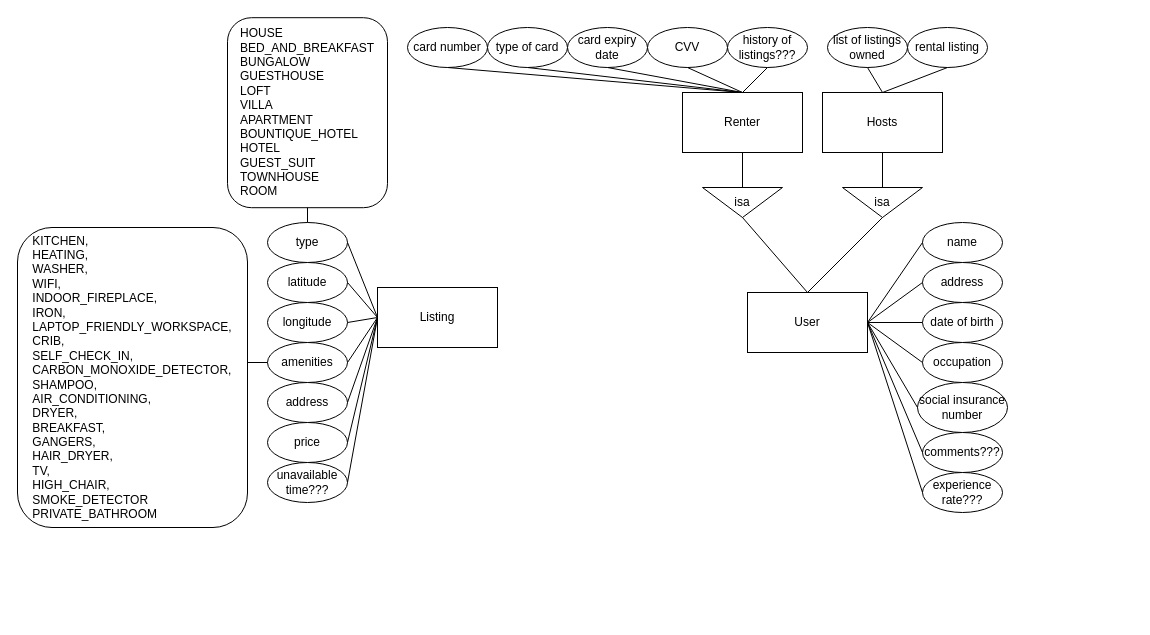
This is ERDiagram.drawio from TylarZhu/CSCC43Project, a draw.io file, before an edit. Source tidied: cells renumbered, new cells numbered last; positions are measured from the earlier drawing's top-left corner, leaving out a move shared by most shapes. Both pictures are drawn from the tidied source at 100%, with x=0, y=0 at pixel (17, 17).
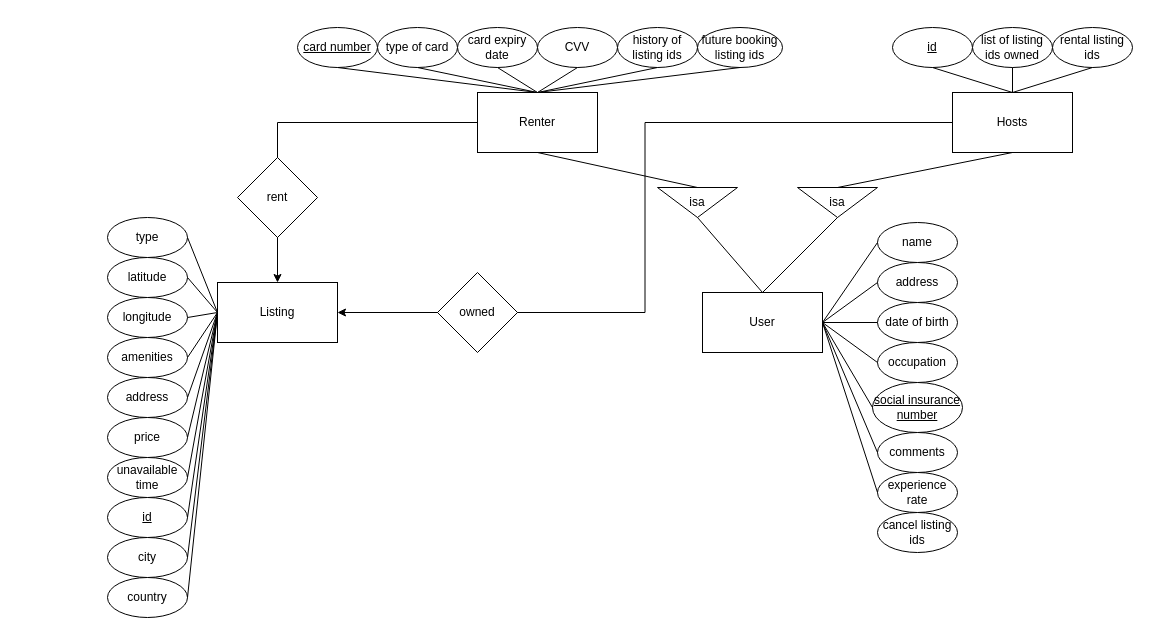
Above is the later version.

Commit message (it also covers changes not shown here):
make some changes in schema

The edit, as a diff of the source:
```diff
@@
     <mxCell id="2" value="Listing" style="rounded=0;whiteSpace=wrap;html=1;" parent="1" vertex="1">
-      <mxGeometry x="360" y="270" width="120" height="60" as="geometry" />
+      <mxGeometry x="200" y="265" width="120" height="60" as="geometry" />
     </mxCell>
     <mxCell id="3" value="type" style="ellipse;whiteSpace=wrap;html=1;" parent="1" vertex="1">
-      <mxGeometry x="250" y="205" width="80" height="40" as="geometry" />
+      <mxGeometry x="90" y="200" width="80" height="40" as="geometry" />
     </mxCell>
     <mxCell id="4" value="latitude" style="ellipse;whiteSpace=wrap;html=1;" parent="1" vertex="1">
-      <mxGeometry x="250" y="245" width="80" height="40" as="geometry" />
+      <mxGeometry x="90" y="240" width="80" height="40" as="geometry" />
     </mxCell>
     <mxCell id="5" value="longitude" style="ellipse;whiteSpace=wrap;html=1;" parent="1" vertex="1">
-      <mxGeometry x="250" y="285" width="80" height="40" as="geometry" />
+      <mxGeometry x="90" y="280" width="80" height="40" as="geometry" />
     </mxCell>
     <mxCell id="6" value="amenities" style="ellipse;whiteSpace=wrap;html=1;" parent="1" vertex="1">
-      <mxGeometry x="250" y="325" width="80" height="40" as="geometry" />
+      <mxGeometry x="90" y="320" width="80" height="40" as="geometry" />
     </mxCell>
@@
-    <mxCell id="11" value="&lt;div style=&quot;text-align: left&quot;&gt;&lt;span&gt;KITCHEN,&lt;/span&gt;&lt;/div&gt;&lt;div style=&quot;text-align: left&quot;&gt;&lt;span&gt;HEATING,&lt;/span&gt;&lt;/div&gt;&lt;div style=&quot;text-align: left&quot;&gt;&lt;span&gt;WASHER,&lt;/span&gt;&lt;/div&gt;&lt;div style=&quot;text-align: left&quot;&gt;&lt;span&gt;WIFI,&lt;/span&gt;&lt;/div&gt;&lt;div style=&quot;text-align: left&quot;&gt;INDOOR_FIREPLACE,&lt;/div&gt;&lt;div style=&quot;text-align: left&quot;&gt;IRON,&lt;/div&gt;&lt;div style=&quot;text-align: left&quot;&gt;LAPTOP_FRIENDLY_WORKSPACE,&lt;/div&gt;&lt;div style=&quot;text-align: left&quot;&gt;CRIB,&lt;/div&gt;&lt;div style=&quot;text-align: left&quot;&gt;SELF_CHECK_IN,&lt;/div&gt;&lt;div style=&quot;text-align: left&quot;&gt;CARBON_MONOXIDE_DETECTOR,&lt;/div&gt;&lt;div style=&quot;text-align: left&quot;&gt;SHAMPOO,&lt;/div&gt;&lt;div style=&quot;text-align: left&quot;&gt;AIR_CONDITIONING,&lt;/div&gt;&lt;div style=&quot;text-align: left&quot;&gt;DRYER,&lt;/div&gt;&lt;div style=&quot;text-align: left&quot;&gt;BREAKFAST,&lt;/div&gt;&lt;div style=&quot;text-align: left&quot;&gt;GANGERS,&lt;/div&gt;&lt;div style=&quot;text-align: left&quot;&gt;HAIR_DRYER,&lt;/div&gt;&lt;div style=&quot;text-align: left&quot;&gt;TV,&lt;/div&gt;&lt;div style=&quot;text-align: left&quot;&gt;HIGH_CHAIR,&lt;/div&gt;&lt;div style=&quot;text-align: left&quot;&gt;SMOKE_DETECTOR&lt;/div&gt;&lt;div style=&quot;text-align: left&quot;&gt;PRIVATE_BATHROOM&lt;/div&gt;" style="rounded=1;whiteSpace=wrap;html=1;" parent="1" vertex="1">
-      <mxGeometry y="210" width="230" height="300" as="geometry" />
-    </mxCell>
-    <mxCell id="12" style="endArrow=none;html=1;entryX=0;entryY=0.5;entryDx=0;entryDy=0;exitX=1;exitY=0.5;exitDx=0;exitDy=0;" parent="1" edge="1" target="6">
-      <mxGeometry relative="1" as="geometry">
-        <mxPoint x="230" y="345" as="sourcePoint" />
-      </mxGeometry>
-    </mxCell>
-    <mxCell id="13" value="&lt;div style=&quot;text-align: left&quot;&gt;&lt;span&gt;HOUSE&lt;/span&gt;&lt;/div&gt;&lt;div style=&quot;text-align: left&quot;&gt;&lt;span&gt;BED_AND_BREAKFAST&lt;/span&gt;&lt;/div&gt;&lt;div style=&quot;text-align: left&quot;&gt;&lt;span&gt;BUNGALOW&lt;/span&gt;&lt;/div&gt;&lt;div style=&quot;text-align: left&quot;&gt;&lt;span&gt;GUESTHOUSE&lt;/span&gt;&lt;/div&gt;&lt;div style=&quot;text-align: left&quot;&gt;&lt;span&gt;LOFT&lt;/span&gt;&lt;/div&gt;&lt;div style=&quot;text-align: left&quot;&gt;&lt;span&gt;VILLA&lt;/span&gt;&lt;/div&gt;&lt;div style=&quot;text-align: left&quot;&gt;&lt;span&gt;APARTMENT&lt;/span&gt;&lt;/div&gt;&lt;div style=&quot;text-align: left&quot;&gt;&lt;span&gt;BOUNTIQUE_HOTEL&lt;/span&gt;&lt;/div&gt;&lt;div style=&quot;text-align: left&quot;&gt;&lt;span&gt;HOTEL&lt;/span&gt;&lt;/div&gt;&lt;div style=&quot;text-align: left&quot;&gt;&lt;span&gt;GUEST_SUIT&lt;/span&gt;&lt;/div&gt;&lt;div style=&quot;text-align: left&quot;&gt;&lt;span&gt;TOWNHOUSE&lt;/span&gt;&lt;/div&gt;&lt;div style=&quot;text-align: left&quot;&gt;&lt;span&gt;ROOM&lt;/span&gt;&lt;/div&gt;&lt;div style=&quot;text-align: left&quot;&gt;&lt;/div&gt;" style="rounded=1;whiteSpace=wrap;html=1;" parent="1" vertex="1">
-      <mxGeometry x="210" y="0.2" width="160" height="190" as="geometry" />
-    </mxCell>
-    <mxCell id="14" style="endArrow=none;html=1;entryX=0.5;entryY=1;entryDx=0;entryDy=0;exitX=0.5;exitY=0;exitDx=0;exitDy=0;" parent="1" edge="1" source="3" target="13">
-      <mxGeometry relative="1" as="geometry" />
-    </mxCell>
     <mxCell id="15" value="address&lt;br&gt;" style="ellipse;whiteSpace=wrap;html=1;" parent="1" vertex="1">
-      <mxGeometry x="250" y="365" width="80" height="40" as="geometry" />
+      <mxGeometry x="90" y="360" width="80" height="40" as="geometry" />
     </mxCell>
@@
     <mxCell id="17" value="price&lt;br&gt;" style="ellipse;whiteSpace=wrap;html=1;" parent="1" vertex="1">
-      <mxGeometry x="250" y="405" width="80" height="40" as="geometry" />
+      <mxGeometry x="90" y="400" width="80" height="40" as="geometry" />
     </mxCell>
-    <mxCell id="18" value="unavailable time???&lt;br&gt;" style="ellipse;whiteSpace=wrap;html=1;" parent="1" vertex="1">
-      <mxGeometry x="250" y="445" width="80" height="40" as="geometry" />
+    <mxCell id="18" value="unavailable time&lt;br&gt;" style="ellipse;whiteSpace=wrap;html=1;" parent="1" vertex="1">
+      <mxGeometry x="90" y="440" width="80" height="40" as="geometry" />
     </mxCell>
@@
     <mxCell id="21" value="User" style="rounded=0;whiteSpace=wrap;html=1;" parent="1" vertex="1">
-      <mxGeometry x="730" y="275" width="120" height="60" as="geometry" />
+      <mxGeometry x="685" y="275" width="120" height="60" as="geometry" />
     </mxCell>
     <mxCell id="22" value="name" style="ellipse;whiteSpace=wrap;html=1;" parent="1" vertex="1">
-      <mxGeometry x="905" y="205" width="80" height="40" as="geometry" />
+      <mxGeometry x="860" y="205" width="80" height="40" as="geometry" />
     </mxCell>
     <mxCell id="23" value="address" style="ellipse;whiteSpace=wrap;html=1;" parent="1" vertex="1">
-      <mxGeometry x="905" y="245" width="80" height="40" as="geometry" />
+      <mxGeometry x="860" y="245" width="80" height="40" as="geometry" />
     </mxCell>
     <mxCell id="24" value="date of birth" style="ellipse;whiteSpace=wrap;html=1;" parent="1" vertex="1">
-      <mxGeometry x="905" y="285" width="80" height="40" as="geometry" />
+      <mxGeometry x="860" y="285" width="80" height="40" as="geometry" />
     </mxCell>
-    <mxCell id="25" value="social insurance number" style="ellipse;whiteSpace=wrap;html=1;" parent="1" vertex="1">
-      <mxGeometry x="900" y="365" width="90" height="50" as="geometry" />
+    <mxCell id="25" value="&lt;u&gt;social insurance number&lt;/u&gt;" style="ellipse;whiteSpace=wrap;html=1;" parent="1" vertex="1">
+      <mxGeometry x="855" y="365" width="90" height="50" as="geometry" />
     </mxCell>
     <mxCell id="26" value="occupation" style="ellipse;whiteSpace=wrap;html=1;" parent="1" vertex="1">
-      <mxGeometry x="905" y="325" width="80" height="40" as="geometry" />
+      <mxGeometry x="860" y="325" width="80" height="40" as="geometry" />
     </mxCell>
@@
     <mxCell id="32" value="isa" style="triangle;whiteSpace=wrap;html=1;direction=south;" parent="1" vertex="1">
-      <mxGeometry x="685" y="170" width="80" height="30" as="geometry" />
+      <mxGeometry x="640" y="170" width="80" height="30" as="geometry" />
     </mxCell>
     <mxCell id="33" value="isa" style="triangle;whiteSpace=wrap;html=1;direction=south;" parent="1" vertex="1">
-      <mxGeometry x="825" y="170" width="80" height="30" as="geometry" />
+      <mxGeometry x="780" y="170" width="80" height="30" as="geometry" />
     </mxCell>
+    <mxCell id="58" style="edgeStyle=orthogonalEdgeStyle;rounded=0;jettySize=auto;html=1;exitX=0;exitY=0.5;exitDx=0;exitDy=0;entryX=0.5;entryY=0;entryDx=0;entryDy=0;" parent="1" edge="1" source="34" target="2">
+      <mxGeometry relative="1" as="geometry" />
+    </mxCell>
     <mxCell id="34" value="Renter" style="rounded=0;whiteSpace=wrap;html=1;" parent="1" vertex="1">
-      <mxGeometry x="665" y="75" width="120" height="60" as="geometry" />
+      <mxGeometry x="460" y="75" width="120" height="60" as="geometry" />
     </mxCell>
+    <mxCell id="59" style="edgeStyle=orthogonalEdgeStyle;rounded=0;jettySize=auto;html=1;exitX=0;exitY=0.5;exitDx=0;exitDy=0;entryX=1;entryY=0.5;entryDx=0;entryDy=0;" parent="1" edge="1" source="35" target="2">
+      <mxGeometry relative="1" as="geometry" />
+    </mxCell>
     <mxCell id="35" value="Hosts" style="rounded=0;whiteSpace=wrap;html=1;" parent="1" vertex="1">
-      <mxGeometry x="805" y="75" width="120" height="60" as="geometry" />
+      <mxGeometry x="935" y="75" width="120" height="60" as="geometry" />
     </mxCell>
-    <mxCell id="36" value="card number" style="ellipse;whiteSpace=wrap;html=1;" parent="1" vertex="1">
-      <mxGeometry x="390" y="10" width="80" height="40" as="geometry" />
+    <mxCell id="36" value="&lt;u&gt;card number&lt;/u&gt;" style="ellipse;whiteSpace=wrap;html=1;" parent="1" vertex="1">
+      <mxGeometry x="280" y="10" width="80" height="40" as="geometry" />
     </mxCell>
     <mxCell id="37" value="type of card" style="ellipse;whiteSpace=wrap;html=1;" parent="1" vertex="1">
-      <mxGeometry x="470" y="10" width="80" height="40" as="geometry" />
+      <mxGeometry x="360" y="10" width="80" height="40" as="geometry" />
     </mxCell>
@@
     <mxCell id="44" value="card expiry date" style="ellipse;whiteSpace=wrap;html=1;" parent="1" vertex="1">
-      <mxGeometry x="550" y="10" width="80" height="40" as="geometry" />
+      <mxGeometry x="440" y="10" width="80" height="40" as="geometry" />
     </mxCell>
@@
     <mxCell id="46" value="CVV" style="ellipse;whiteSpace=wrap;html=1;" parent="1" vertex="1">
-      <mxGeometry x="630" y="10" width="80" height="40" as="geometry" />
+      <mxGeometry x="520" y="10" width="80" height="40" as="geometry" />
     </mxCell>
@@
-    <mxCell id="48" value="history of listings???" style="ellipse;whiteSpace=wrap;html=1;" parent="1" vertex="1">
-      <mxGeometry x="710" y="10" width="80" height="40" as="geometry" />
+    <mxCell id="48" value="history of listing ids" style="ellipse;whiteSpace=wrap;html=1;" parent="1" vertex="1">
+      <mxGeometry x="600" y="10" width="80" height="40" as="geometry" />
     </mxCell>
@@
-    <mxCell id="50" value="list of listings owned" style="ellipse;whiteSpace=wrap;html=1;" parent="1" vertex="1">
-      <mxGeometry x="810" y="10" width="80" height="40" as="geometry" />
+    <mxCell id="50" value="list of listing ids owned" style="ellipse;whiteSpace=wrap;html=1;" parent="1" vertex="1">
+      <mxGeometry x="955" y="10" width="80" height="40" as="geometry" />
     </mxCell>
-    <mxCell id="51" value="rental listing" style="ellipse;whiteSpace=wrap;html=1;" parent="1" vertex="1">
-      <mxGeometry x="890" y="10" width="80" height="40" as="geometry" />
+    <mxCell id="51" value="rental listing ids" style="ellipse;whiteSpace=wrap;html=1;" parent="1" vertex="1">
+      <mxGeometry x="1035" y="10" width="80" height="40" as="geometry" />
     </mxCell>
@@
-    <mxCell id="54" value="comments???" style="ellipse;whiteSpace=wrap;html=1;" parent="1" vertex="1">
-      <mxGeometry x="905" y="415" width="80" height="40" as="geometry" />
+    <mxCell id="54" value="comments" style="ellipse;whiteSpace=wrap;html=1;" parent="1" vertex="1">
+      <mxGeometry x="860" y="415" width="80" height="40" as="geometry" />
     </mxCell>
-    <mxCell id="55" value="experience rate???" style="ellipse;whiteSpace=wrap;html=1;" parent="1" vertex="1">
-      <mxGeometry x="905" y="455" width="80" height="40" as="geometry" />
+    <mxCell id="55" value="experience rate" style="ellipse;whiteSpace=wrap;html=1;" parent="1" vertex="1">
+      <mxGeometry x="860" y="455" width="80" height="40" as="geometry" />
     </mxCell>
@@
+    <mxCell id="60" value="&lt;u&gt;id&lt;/u&gt;" style="ellipse;whiteSpace=wrap;html=1;" parent="1" vertex="1">
+      <mxGeometry x="90" y="480" width="80" height="40" as="geometry" />
+    </mxCell>
+    <mxCell id="61" style="endArrow=none;html=1;entryX=0;entryY=0.5;entryDx=0;entryDy=0;exitX=1;exitY=0.5;exitDx=0;exitDy=0;" parent="1" edge="1" source="60" target="2">
+      <mxGeometry relative="1" as="geometry" />
+    </mxCell>
+    <mxCell id="62" value="cancel listing ids" style="ellipse;whiteSpace=wrap;html=1;" parent="1" vertex="1">
+      <mxGeometry x="860" y="495" width="80" height="40" as="geometry" />
+    </mxCell>
+    <mxCell id="63" value="future booking listing ids" style="ellipse;whiteSpace=wrap;html=1;" parent="1" vertex="1">
+      <mxGeometry x="680" y="10" width="85" height="40" as="geometry" />
+    </mxCell>
+    <mxCell id="64" style="endArrow=none;html=1;entryX=0.5;entryY=1;entryDx=0;entryDy=0;exitX=0.5;exitY=0;exitDx=0;exitDy=0;" parent="1" edge="1" source="34" target="63">
+      <mxGeometry relative="1" as="geometry" />
+    </mxCell>
+    <mxCell id="65" value="&lt;u&gt;id&lt;/u&gt;" style="ellipse;whiteSpace=wrap;html=1;" parent="1" vertex="1">
+      <mxGeometry x="875" y="10" width="80" height="40" as="geometry" />
+    </mxCell>
+    <mxCell id="66" style="endArrow=none;html=1;entryX=0.5;entryY=1;entryDx=0;entryDy=0;exitX=0.5;exitY=0;exitDx=0;exitDy=0;" parent="1" edge="1" source="35" target="65">
+      <mxGeometry relative="1" as="geometry" />
+    </mxCell>
+    <mxCell id="67" value="city" style="ellipse;whiteSpace=wrap;html=1;" parent="1" vertex="1">
+      <mxGeometry x="90" y="520" width="80" height="40" as="geometry" />
+    </mxCell>
+    <mxCell id="68" value="country" style="ellipse;whiteSpace=wrap;html=1;" parent="1" vertex="1">
+      <mxGeometry x="90" y="560" width="80" height="40" as="geometry" />
+    </mxCell>
+    <mxCell id="69" style="endArrow=none;html=1;entryX=0;entryY=0.5;entryDx=0;entryDy=0;exitX=1;exitY=0.5;exitDx=0;exitDy=0;" parent="1" edge="1" source="67" target="2">
+      <mxGeometry relative="1" as="geometry" />
+    </mxCell>
+    <mxCell id="70" style="endArrow=none;html=1;entryX=0;entryY=0.5;entryDx=0;entryDy=0;exitX=1;exitY=0.5;exitDx=0;exitDy=0;" parent="1" edge="1" source="68" target="2">
+      <mxGeometry relative="1" as="geometry" />
+    </mxCell>
+    <mxCell id="71" value="rent" style="rhombus;whiteSpace=wrap;html=1;" parent="1" vertex="1">
+      <mxGeometry x="220" y="140" width="80" height="80" as="geometry" />
+    </mxCell>
+    <mxCell id="72" value="owned" style="rhombus;whiteSpace=wrap;html=1;" parent="1" vertex="1">
+      <mxGeometry x="420" y="255" width="80" height="80" as="geometry" />
+    </mxCell>
```
